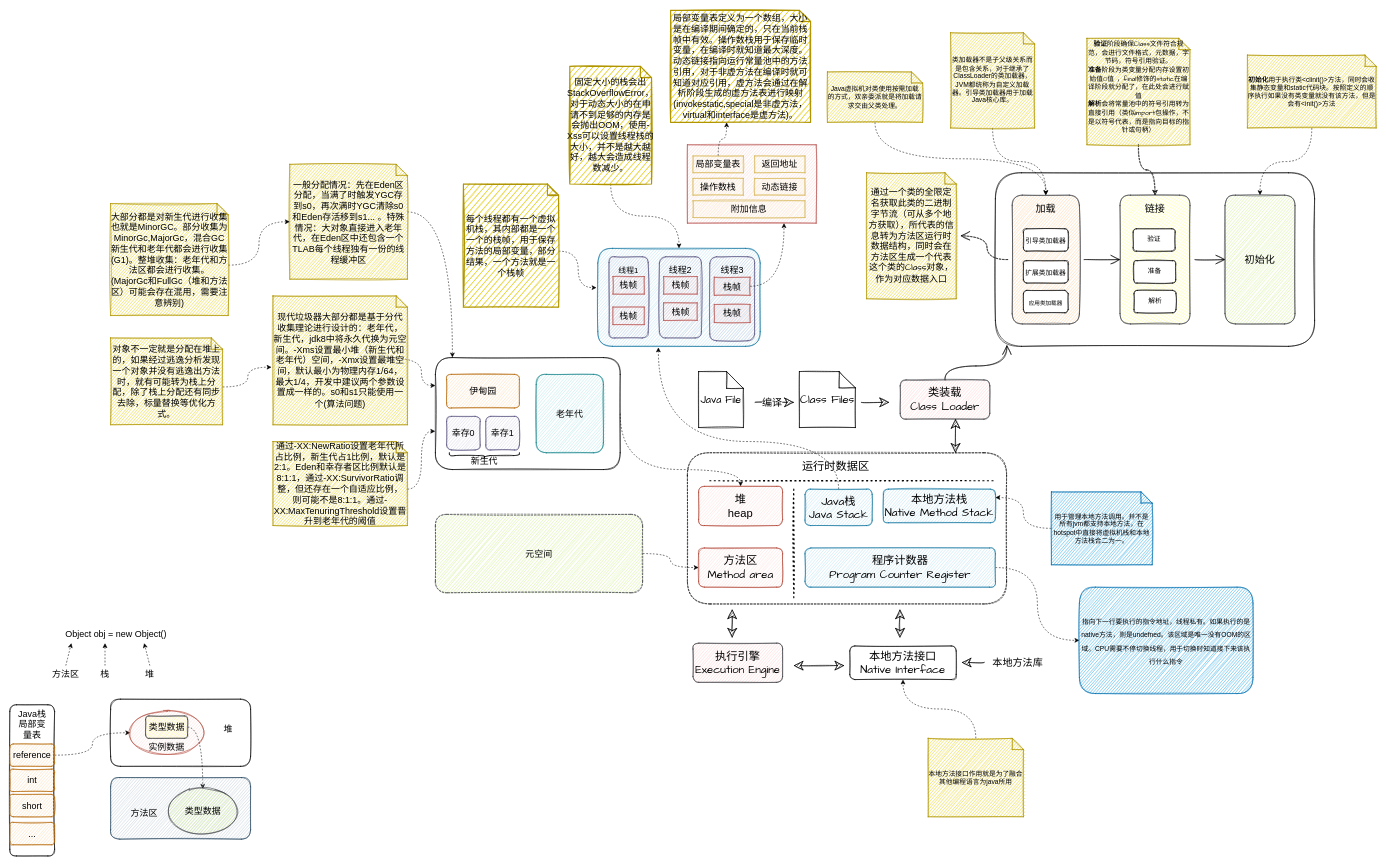
This is study-note/JVM一览图.drawio from kchastes/blog, a draw.io file, before an edit. Source tidied: cells renumbered, new cells numbered last; positions are measured from the earlier drawing's top-left corner, leaving out a move shared by most shapes. Both pictures are drawn from the tidied source at 56%, with x=0, y=0 at pixel (10, 10).
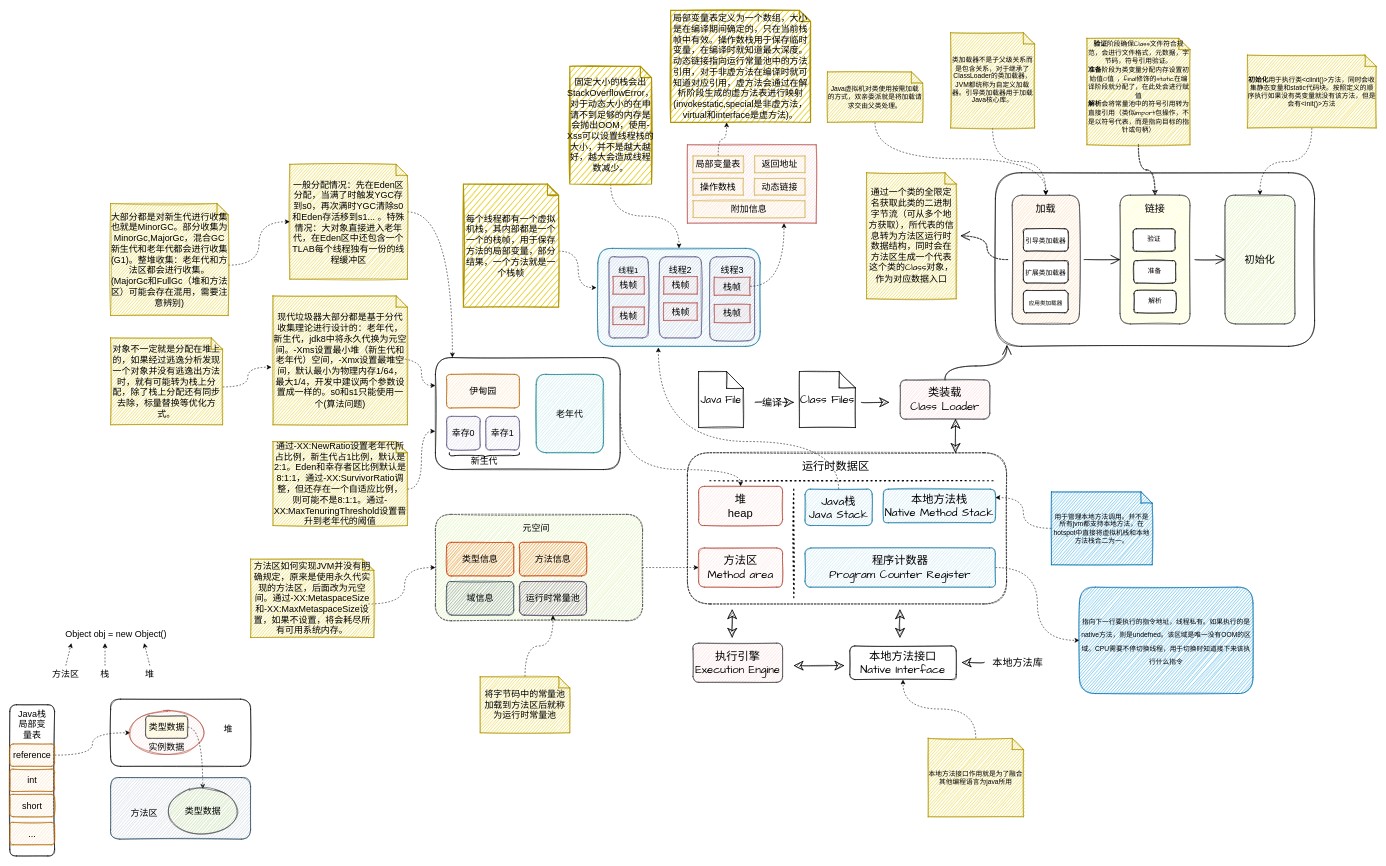
Above is the later version.

The edit, as a diff of the source:
```diff
@@
-    <mxCell id="98" value="元空间" style="rounded=1;whiteSpace=wrap;html=1;sketch=1;fontSize=16;fillColor=#cdeb8b;strokeColor=#36393d;dashed=1;" parent="1" vertex="1">
-      <mxGeometry x="760" y="900" width="370" height="140" as="geometry" />
+    <mxCell id="98" style="rounded=1;whiteSpace=wrap;html=1;sketch=1;fontSize=16;fillColor=#cdeb8b;strokeColor=#36393d;dashed=1;" parent="1" vertex="1">
+      <mxGeometry x="760" y="900" width="370" height="190" as="geometry" />
     </mxCell>
@@
+    <mxCell id="130" style="edgeStyle=orthogonalEdgeStyle;jettySize=auto;html=1;exitX=0;exitY=0;exitDx=210;exitDy=80;exitPerimeter=0;fontSize=16;curved=1;dashed=1;" parent="1" edge="1" source="131" target="98">
+      <mxGeometry relative="1" as="geometry" />
+    </mxCell>
+    <mxCell id="131" value="方法区如何实现JVM并没有明确规定，原来是使用永久代实现的方法区，后面改为元空间。通过-XX:MetaspaceSize和-XX:MaxMetaspaceSize设置，如果不设置，将会耗尽所有可用系统内存。" style="shape=note;size=20;whiteSpace=wrap;html=1;fillColor=#e3c800;fontColor=#000000;strokeColor=#B09500;sketch=1;fontSize=16;" parent="1" vertex="1">
+      <mxGeometry x="430" y="980" width="220" height="140" as="geometry" />
+    </mxCell>
+    <mxCell id="132" value="元空间" style="text;html=1;strokeColor=none;fillColor=none;align=center;verticalAlign=middle;whiteSpace=wrap;rounded=0;sketch=1;fontSize=16;" parent="1" vertex="1">
+      <mxGeometry x="900" y="910" width="80" height="30" as="geometry" />
+    </mxCell>
+    <mxCell id="133" value="类型信息" style="rounded=1;whiteSpace=wrap;html=1;sketch=1;fontSize=16;fillColor=#fa6800;fontColor=#000000;strokeColor=#C73500;" parent="1" vertex="1">
+      <mxGeometry x="780" y="950" width="120" height="60" as="geometry" />
+    </mxCell>
+    <mxCell id="134" value="&lt;font color=&quot;#000000&quot;&gt;域信息&lt;/font&gt;" style="rounded=1;whiteSpace=wrap;html=1;sketch=1;fontSize=16;fillColor=#647687;fontColor=#ffffff;strokeColor=#314354;" parent="1" vertex="1">
+      <mxGeometry x="780" y="1020" width="120" height="60" as="geometry" />
+    </mxCell>
+    <mxCell id="135" value="方法信息" style="rounded=1;whiteSpace=wrap;html=1;sketch=1;fontSize=16;fillColor=#fa6800;strokeColor=#C73500;fontColor=#000000;" parent="1" vertex="1">
+      <mxGeometry x="910" y="950" width="120" height="60" as="geometry" />
+    </mxCell>
+    <mxCell id="136" value="运行时常量池" style="rounded=1;whiteSpace=wrap;html=1;sketch=1;fontSize=16;fontColor=#000000;fillColor=#76608a;strokeColor=#432D57;" parent="1" vertex="1">
+      <mxGeometry x="910" y="1020" width="120" height="60" as="geometry" />
+    </mxCell>
+    <mxCell id="137" style="edgeStyle=orthogonalEdgeStyle;curved=1;jettySize=auto;html=1;exitX=0.5;exitY=0;exitDx=0;exitDy=0;exitPerimeter=0;dashed=1;fontSize=16;fontColor=#000000;" parent="1" edge="1" source="138" target="136">
+      <mxGeometry relative="1" as="geometry" />
+    </mxCell>
+    <mxCell id="138" value="将字节码中的常量池加载到方法区后就称为运行时常量池" style="shape=note;size=20;whiteSpace=wrap;html=1;sketch=1;fontSize=16;fontColor=#000000;fillColor=#e3c800;strokeColor=#B09500;" parent="1" vertex="1">
+      <mxGeometry x="840" y="1190" width="160" height="100" as="geometry" />
+    </mxCell>
```
